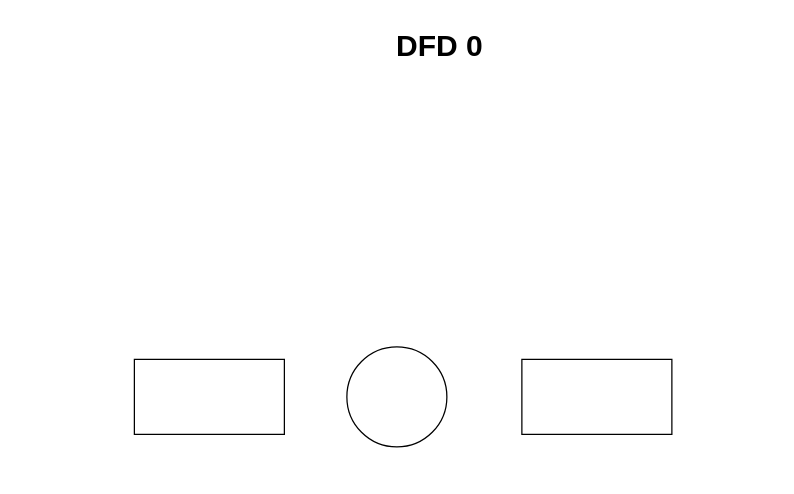
JEOrellano/TUSI_MetII_Grupo12_DFD_Integrador keeps this draw.io diagram as DFD_Integrador_MetII.drawio. Above is the earlier version. Source tidied: cells renumbered, new cells numbered last; positions are measured from the earlier drawing's top-left corner, leaving out a move shared by most shapes. Both pictures are drawn from the tidied source at 125%, with x=0, y=0 at pixel (134, 21).
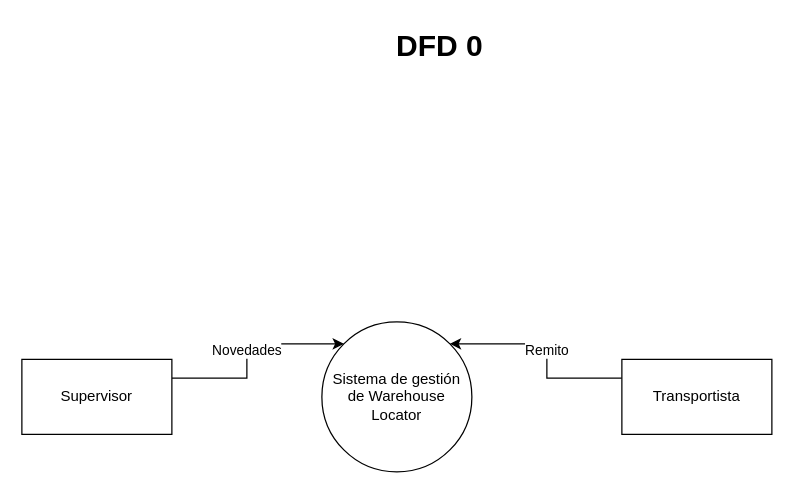
Above is the later version.

Diff of the diagram source:
```diff
@@
 <mxGraphModel>
   <root>
     <mxCell id="0" />
     <mxCell id="1" parent="0" />
-    <mxCell id="2" style="ellipse;whiteSpace=wrap;html=1;" parent="1" vertex="1">
-      <mxGeometry x="170" y="260" width="80" height="80" as="geometry" />
+    <mxCell id="2" value="&lt;font style=&quot;font-size: 12px;&quot;&gt;Sistema de gestión de Warehouse Locator&lt;/font&gt;" style="ellipse;whiteSpace=wrap;html=1;" parent="1" vertex="1">
+      <mxGeometry x="150" y="240" width="120" height="120" as="geometry" />
     </mxCell>
+    <mxCell id="6" value="Novedades" style="edgeStyle=orthogonalEdgeStyle;rounded=0;jettySize=auto;html=1;exitX=1;exitY=0.25;exitDx=0;exitDy=0;entryX=0;entryY=0;entryDx=0;entryDy=0;" parent="1" edge="1" source="3" target="2">
+      <mxGeometry relative="1" as="geometry" />
+    </mxCell>
-    <mxCell id="3" style="rounded=0;whiteSpace=wrap;html=1;" parent="1" vertex="1">
-      <mxGeometry y="270" width="120" height="60" as="geometry" />
+    <mxCell id="3" value="Supervisor" style="rounded=0;whiteSpace=wrap;html=1;" parent="1" vertex="1">
+      <mxGeometry x="-90" y="270" width="120" height="60" as="geometry" />
     </mxCell>
+    <mxCell id="7" value="Remito" style="edgeStyle=orthogonalEdgeStyle;rounded=0;jettySize=auto;html=1;exitX=0;exitY=0.25;exitDx=0;exitDy=0;entryX=1;entryY=0;entryDx=0;entryDy=0;" parent="1" edge="1" source="4" target="2">
+      <mxGeometry relative="1" as="geometry" />
+    </mxCell>
-    <mxCell id="4" style="rounded=0;whiteSpace=wrap;html=1;" parent="1" vertex="1">
-      <mxGeometry x="310" y="270" width="120" height="60" as="geometry" />
+    <mxCell id="4" value="Transportista" style="rounded=0;whiteSpace=wrap;html=1;" parent="1" vertex="1">
+      <mxGeometry x="390" y="270" width="120" height="60" as="geometry" />
     </mxCell>
     <mxCell id="5" value="&lt;font style=&quot;font-size: 24px;&quot;&gt;&lt;b&gt;DFD 0&lt;/b&gt;&lt;/font&gt;" style="text;html=1;align=center;verticalAlign=middle;strokeColor=none;fillColor=none;" parent="1" vertex="1">
       <mxGeometry x="199" width="90" height="40" as="geometry" />
     </mxCell>
   </root>
 </mxGraphModel>
```
